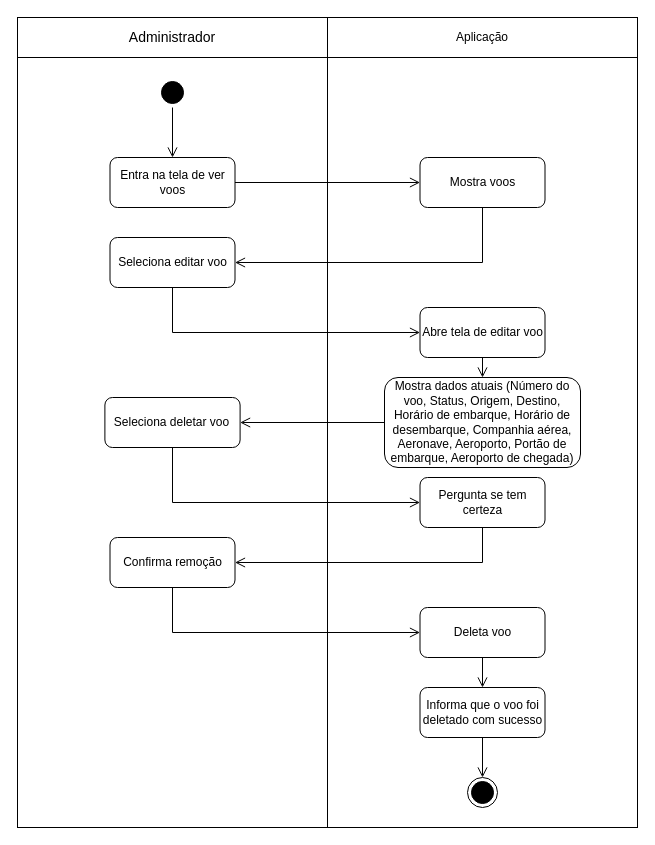
Earlier version of the draw.io diagram Diagramas/Eng_de_Software/Modelos/Atividade/Delete_Voo.drawio (GabrielGMori/trabalho-conclus-o-ano). Source tidied: cells renumbered, new cells numbered last; positions are measured from the earlier drawing's top-left corner, leaving out a move shared by most shapes. Both pictures are drawn from the tidied source at 100%, with x=0, y=0 at pixel (17, 17).
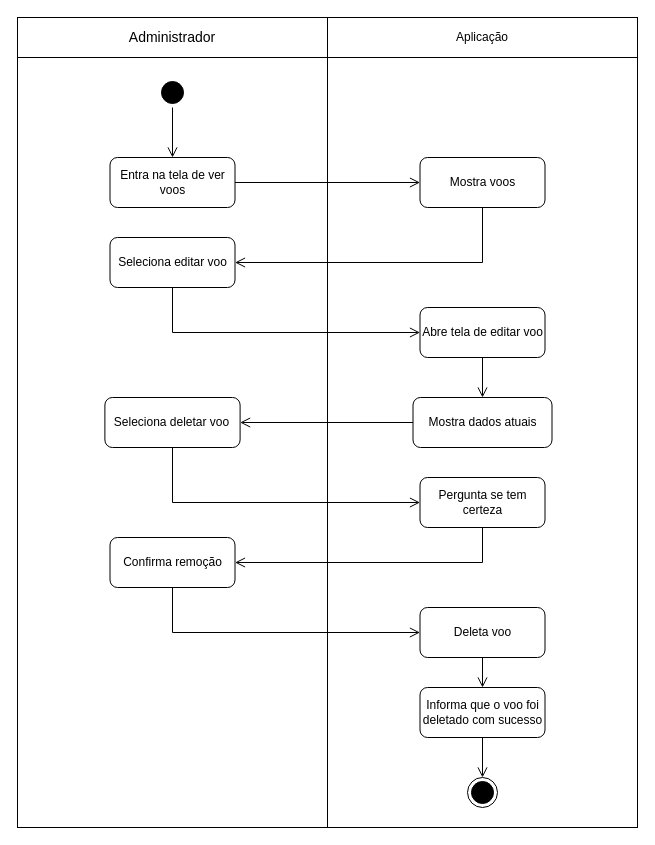
After the change.

What changed in the source:
```diff
@@
-    <mxCell id="9" value="Mostra dados atuais&amp;nbsp;(Número do voo, Status, Origem, Destino, Horário de embarque, Horário de desembarque, Companhia aérea, Aeronave, Aeroporto, Portão de embarque, Aeroporto de chegada)" style="rounded=1;whiteSpace=wrap;html=1;" parent="1" vertex="1">
-      <mxGeometry x="367" y="360" width="196" height="90" as="geometry" />
+    <mxCell id="9" value="Mostra dados atuais" style="rounded=1;whiteSpace=wrap;html=1;" parent="1" vertex="1">
+      <mxGeometry x="395.5" y="380" width="139" height="50" as="geometry" />
     </mxCell>
```
